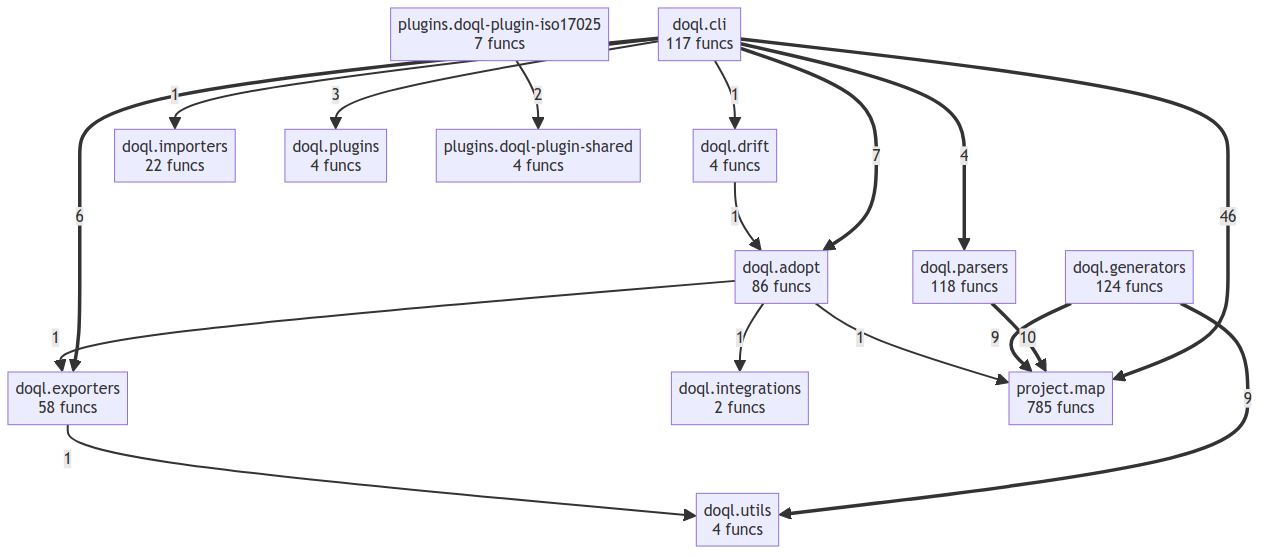
Earlier version of the Mermaid export project/compact_flow.png (oqlos/doql). Its source is kept beside it as project/compact_flow.mmd.
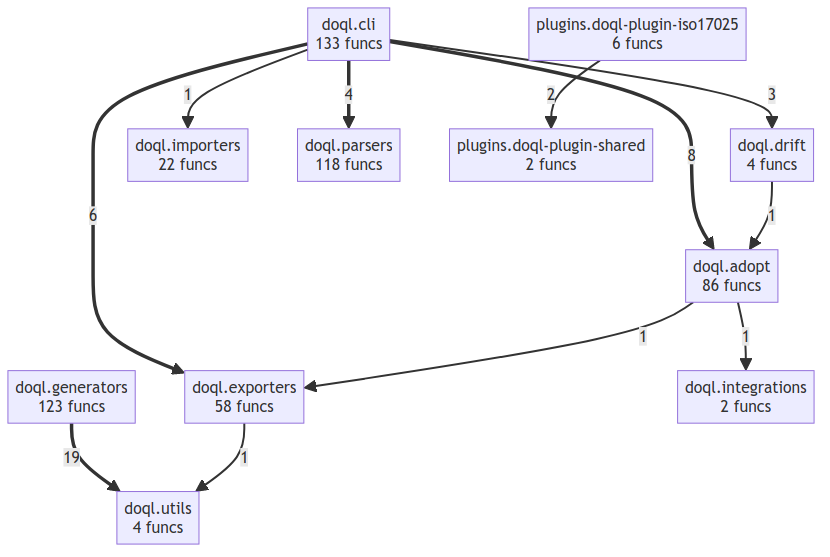
The same diagram one commit later.

Diff of the diagram source:
```diff
@@ -1,30 +1,23 @@
 flowchart TD
     doql__adopt["doql.adopt<br/>86 funcs"]
-    doql__cli["doql.cli<br/>117 funcs"]
+    doql__cli["doql.cli<br/>133 funcs"]
     doql__drift["doql.drift<br/>4 funcs"]
     doql__exporters["doql.exporters<br/>58 funcs"]
-    doql__generators["doql.generators<br/>124 funcs"]
+    doql__generators["doql.generators<br/>123 funcs"]
     doql__importers["doql.importers<br/>22 funcs"]
     doql__integrations["doql.integrations<br/>2 funcs"]
     doql__parsers["doql.parsers<br/>118 funcs"]
-    doql__plugins["doql.plugins<br/>4 funcs"]
     doql__utils["doql.utils<br/>4 funcs"]
-    plugins__doql_plugin_iso17025["plugins.doql-plugin-iso17025<br/>7 funcs"]
-    plugins__doql_plugin_shared["plugins.doql-plugin-shared<br/>4 funcs"]
-    project__map["project.map<br/>785 funcs"]
-    doql__cli ==>|46| project__map
-    doql__parsers ==>|10| project__map
-    doql__generators ==>|9| doql__utils
-    doql__generators ==>|9| project__map
-    doql__cli ==>|7| doql__adopt
+    plugins__doql_plugin_iso17025["plugins.doql-plugin-iso17025<br/>6 funcs"]
+    plugins__doql_plugin_shared["plugins.doql-plugin-shared<br/>2 funcs"]
+    doql__generators ==>|19| doql__utils
+    doql__cli ==>|8| doql__adopt
     doql__cli ==>|6| doql__exporters
     doql__cli ==>|4| doql__parsers
-    doql__cli -->|3| doql__plugins
+    doql__cli -->|3| doql__drift
     plugins__doql_plugin_iso17025 -->|2| plugins__doql_plugin_shared
     doql__drift -->|1| doql__adopt
     doql__cli -->|1| doql__importers
     doql__exporters -->|1| doql__utils
     doql__adopt -->|1| doql__exporters
     doql__adopt -->|1| doql__integrations
-    doql__adopt -->|1| project__map
-    doql__cli -->|1| doql__drift
```
